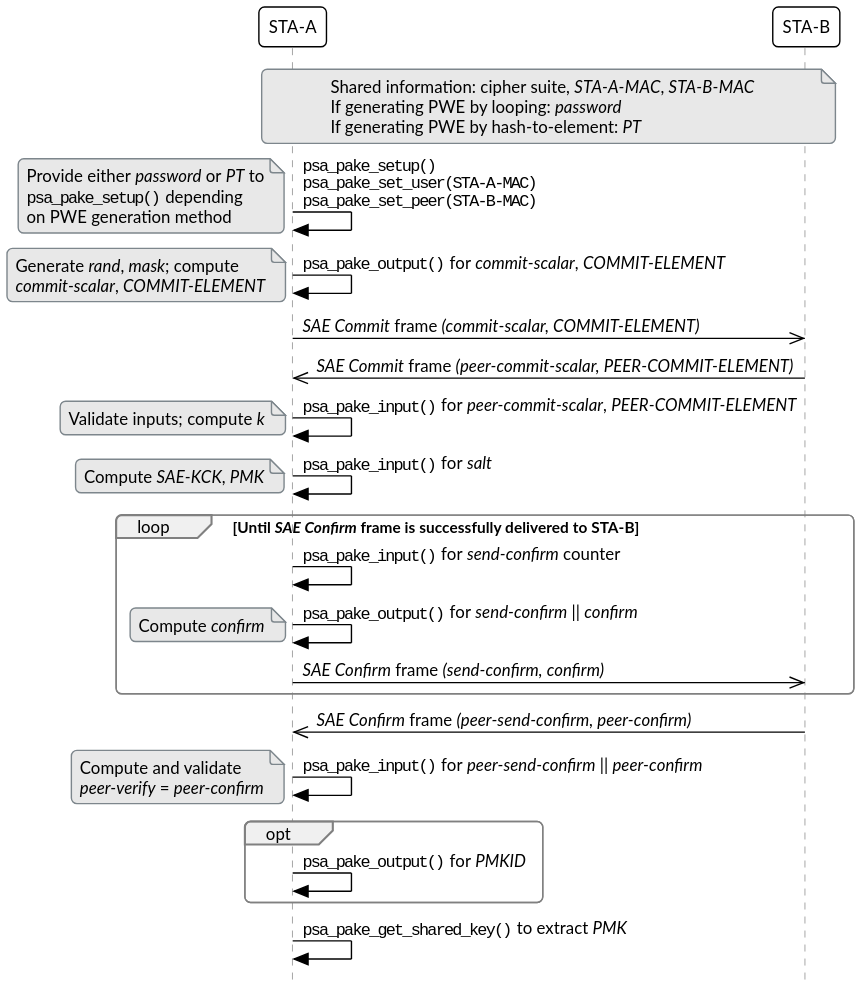
The PlantUML diagram doc/crypto/figure/pake/wpa3-sae.svg in ARM-software/psa-api, before a commit. Its source is kept beside it as doc/crypto/figure/pake/wpa3-sae.puml. Its diagram source:
```plantuml
@startuml

    !include atg-spec.pumh

    participant "STA-A" as STAA
    participant "STA-B" as STAB

    note over STAA, STAB
        Shared information: cipher suite, //STA-A-MAC//, //STA-B-MAC//
        If generating PWE by looping: //password//
        If generating PWE by hash-to-element: //PT//
    end note

    STAA -> STAA: ""psa_pake_setup()""\n""psa_pake_set_user(STA-A-MAC)""\n""psa_pake_set_peer(STA-B-MAC)""
    note left: Provide either //password// or //PT// to\n""psa_pake_setup()"" depending\non PWE generation method

    STAA -> STAA: ""psa_pake_output()"" for //commit-scalar//, //COMMIT-ELEMENT//
    note left: Generate //rand//, //mask//; compute\n//commit-scalar//, //COMMIT-ELEMENT//


    STAA ->> STAB: //SAE Commit// frame //(commit-scalar, COMMIT-ELEMENT)//

    STAB ->> STAA: //SAE Commit// frame //(peer-commit-scalar, PEER-COMMIT-ELEMENT)//

    STAA -> STAA: ""psa_pake_input()"" for //peer-commit-scalar//, //PEER-COMMIT-ELEMENT//
    note left: Validate inputs; compute //k//

    STAA -> STAA: ""psa_pake_input()"" for //salt//
    note left: Compute //SAE-KCK//, //PMK//

    loop Until //SAE Confirm// frame is successfully delivered to STA-B
        STAA -> STAA: ""psa_pake_input()"" for //send-confirm// counter

        STAA -> STAA: ""psa_pake_output()"" for //send-confirm// || //confirm//
        note left: Compute //confirm//

        STAA ->> STAB: //SAE Confirm// frame //(send-confirm, confirm)//

    end

    STAB ->> STAA: //SAE Confirm// frame //(peer-send-confirm, peer-confirm)//

    STAA -> STAA: ""psa_pake_input()"" for //peer-send-confirm// || //peer-confirm//
    note left: Compute and validate\n//peer-verify// = //peer-confirm//

    opt
        STAA -> STAA: ""psa_pake_output()"" for //PMKID//
    end

    STAA -> STAA: ""psa_pake_get_shared_key()"" to extract //PMK//

@enduml
```
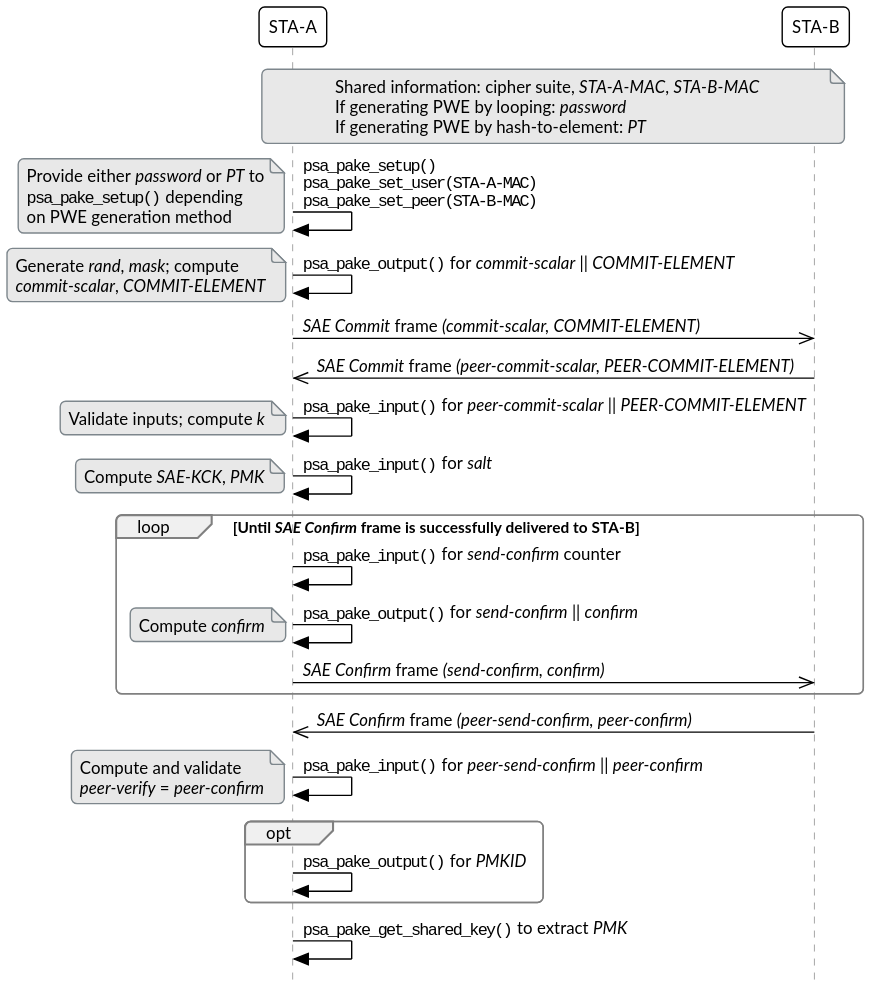
After the commit.

What changed in the source:
```diff
@@ -14,7 +14,7 @@
     STAA -> STAA: ""psa_pake_setup()""\n""psa_pake_set_user(STA-A-MAC)""\n""psa_pake_set_peer(STA-B-MAC)""
     note left: Provide either //password// or //PT// to\n""psa_pake_setup()"" depending\non PWE generation method
 
-    STAA -> STAA: ""psa_pake_output()"" for //commit-scalar//, //COMMIT-ELEMENT//
+    STAA -> STAA: ""psa_pake_output()"" for //commit-scalar// || //COMMIT-ELEMENT//
     note left: Generate //rand//, //mask//; compute\n//commit-scalar//, //COMMIT-ELEMENT//
 
 
@@ -22,7 +22,7 @@
 
     STAB ->> STAA: //SAE Commit// frame //(peer-commit-scalar, PEER-COMMIT-ELEMENT)//
 
-    STAA -> STAA: ""psa_pake_input()"" for //peer-commit-scalar//, //PEER-COMMIT-ELEMENT//
+    STAA -> STAA: ""psa_pake_input()"" for //peer-commit-scalar// || //PEER-COMMIT-ELEMENT//
     note left: Validate inputs; compute //k//
 
     STAA -> STAA: ""psa_pake_input()"" for //salt//
```
